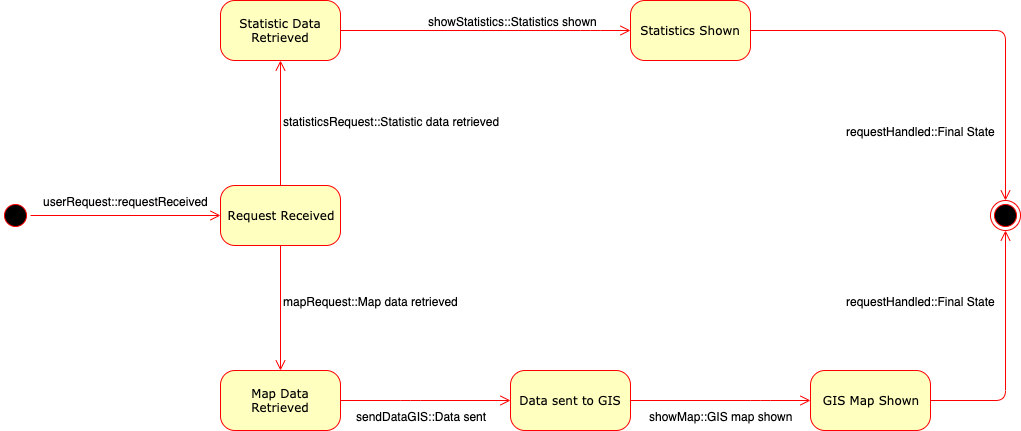
This is Releases/RASD/img/ShowStatistics.png from amecava/safestreets, a draw.io export, as it was before one commit. Source tidied: cells renumbered, new cells last; positions are measured from the earlier drawing's top-left corner, leaving out a move shared by most shapes.
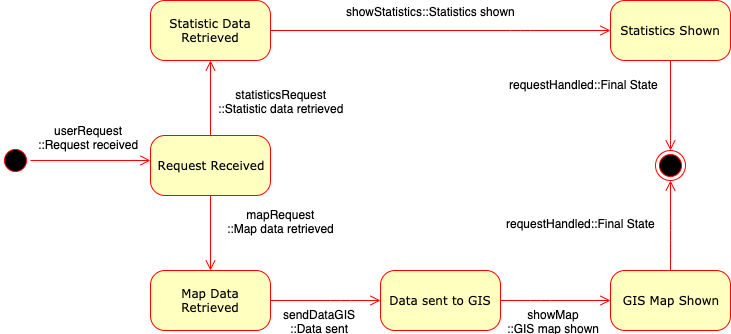
After the commit.

What changed in the source:
```diff
@@ -3,50 +3,50 @@
     <mxCell id="0" />
     <mxCell id="1" parent="0" />
     <mxCell id="2" style="ellipse;html=1;shape=startState;fillColor=#000000;strokeColor=#ff0000;rounded=1;shadow=0;comic=0;labelBackgroundColor=none;fontFamily=Verdana;fontSize=12;fontColor=#000000;align=center;direction=south;" parent="1" vertex="1">
-      <mxGeometry y="200" width="30" height="30" as="geometry" />
+      <mxGeometry x="70" y="145" width="30" height="30" as="geometry" />
     </mxCell>
     <mxCell id="3" value="Request Received" style="rounded=1;whiteSpace=wrap;html=1;arcSize=24;fillColor=#ffffc0;strokeColor=#ff0000;shadow=0;comic=0;labelBackgroundColor=none;fontFamily=Verdana;fontSize=12;fontColor=#000000;align=center;" parent="1" vertex="1">
-      <mxGeometry x="220" y="185" width="120" height="60" as="geometry" />
+      <mxGeometry x="220" y="135" width="120" height="60" as="geometry" />
     </mxCell>
     <mxCell id="4" style="edgeStyle=orthogonalEdgeStyle;html=1;labelBackgroundColor=none;endArrow=open;endSize=8;strokeColor=#ff0000;fontFamily=Verdana;fontSize=12;align=left;exitX=0.5;exitY=1;exitDx=0;exitDy=0;entryX=0.5;entryY=0;entryDx=0;entryDy=0;" parent="1" edge="1" source="3" target="6">
       <mxGeometry relative="1" as="geometry" />
     </mxCell>
-    <mxCell id="5" value="mapRequest::Map data retrieved" style="text;html=1;align=center;verticalAlign=middle;labelBackgroundColor=#ffffff;" parent="4" vertex="1">
+    <mxCell id="5" value="mapRequest&lt;br&gt;::Map data retrieved" style="text;html=1;align=center;verticalAlign=middle;labelBackgroundColor=#ffffff;" parent="4" vertex="1">
       <mxGeometry x="0.53" y="75" relative="1" as="geometry">
-        <mxPoint x="15" y="-41" as="offset" />
+        <mxPoint x="-5" y="-32" as="offset" />
       </mxGeometry>
     </mxCell>
     <mxCell id="6" value="Map Data Retrieved" style="rounded=1;whiteSpace=wrap;html=1;arcSize=24;fillColor=#ffffc0;strokeColor=#ff0000;shadow=0;comic=0;labelBackgroundColor=none;fontFamily=Verdana;fontSize=12;fontColor=#000000;align=center;" parent="1" vertex="1">
-      <mxGeometry x="220" y="370" width="120" height="60" as="geometry" />
+      <mxGeometry x="220" y="270" width="120" height="60" as="geometry" />
     </mxCell>
     <mxCell id="7" style="ellipse;html=1;shape=endState;fillColor=#000000;strokeColor=#ff0000;rounded=1;shadow=0;comic=0;labelBackgroundColor=none;fontFamily=Verdana;fontSize=12;fontColor=#000000;align=center;" parent="1" vertex="1">
-      <mxGeometry x="990" y="200" width="30" height="30" as="geometry" />
+      <mxGeometry x="725" y="150" width="30" height="30" as="geometry" />
     </mxCell>
     <mxCell id="8" style="edgeStyle=orthogonalEdgeStyle;html=1;exitX=0.5;exitY=0;labelBackgroundColor=none;endArrow=open;endSize=8;strokeColor=#ff0000;fontFamily=Verdana;fontSize=12;align=left;exitDx=0;exitDy=0;" parent="1" edge="1" source="2" target="3">
       <mxGeometry relative="1" as="geometry">
         <Array as="points">
-          <mxPoint x="230" y="215" />
+          <mxPoint x="230" y="160" />
         </Array>
       </mxGeometry>
     </mxCell>
-    <mxCell id="9" value="userRequest::requestReceived" style="text;html=1;align=center;verticalAlign=middle;labelBackgroundColor=#ffffff;" parent="8" vertex="1">
+    <mxCell id="9" value="userRequest&lt;br&gt;::Request received" style="text;html=1;align=center;verticalAlign=middle;labelBackgroundColor=#ffffff;" parent="8" vertex="1">
       <mxGeometry x="0.53" y="75" relative="1" as="geometry">
-        <mxPoint x="-50" y="60" as="offset" />
+        <mxPoint x="-35" y="51" as="offset" />
       </mxGeometry>
     </mxCell>
     <mxCell id="10" style="edgeStyle=orthogonalEdgeStyle;html=1;labelBackgroundColor=none;endArrow=open;endSize=8;strokeColor=#ff0000;fontFamily=Verdana;fontSize=12;align=left;entryX=0.5;entryY=1;entryDx=0;entryDy=0;exitX=0.5;exitY=0;exitDx=0;exitDy=0;" parent="1" edge="1" source="3" target="12">
       <mxGeometry relative="1" as="geometry" />
     </mxCell>
-    <mxCell id="11" value="statisticsRequest::Statistic data retrieved" style="text;html=1;align=center;verticalAlign=middle;labelBackgroundColor=#ffffff;" parent="10" vertex="1">
+    <mxCell id="11" value="statisticsRequest&lt;br&gt;::Statistic data retrieved" style="text;html=1;align=center;verticalAlign=middle;labelBackgroundColor=#ffffff;" parent="10" vertex="1">
       <mxGeometry x="0.53" y="75" relative="1" as="geometry">
-        <mxPoint x="185" y="31" as="offset" />
+        <mxPoint x="145" y="22" as="offset" />
       </mxGeometry>
     </mxCell>
     <mxCell id="12" value="Statistic Data Retrieved" style="rounded=1;whiteSpace=wrap;html=1;arcSize=24;fillColor=#ffffc0;strokeColor=#ff0000;shadow=0;comic=0;labelBackgroundColor=none;fontFamily=Verdana;fontSize=12;fontColor=#000000;align=center;" parent="1" vertex="1">
       <mxGeometry x="220" width="120" height="60" as="geometry" />
     </mxCell>
     <mxCell id="13" value="Statistics Shown" style="rounded=1;whiteSpace=wrap;html=1;arcSize=24;fillColor=#ffffc0;strokeColor=#ff0000;shadow=0;comic=0;labelBackgroundColor=none;fontFamily=Verdana;fontSize=12;fontColor=#000000;align=center;" parent="1" vertex="1">
-      <mxGeometry x="630" width="120" height="60" as="geometry" />
+      <mxGeometry x="680" width="120" height="60" as="geometry" />
     </mxCell>
     <mxCell id="14" style="edgeStyle=orthogonalEdgeStyle;html=1;labelBackgroundColor=none;endArrow=open;endSize=8;strokeColor=#ff0000;fontFamily=Verdana;fontSize=12;align=left;exitX=1;exitY=0.5;exitDx=0;exitDy=0;entryX=0;entryY=0.5;entryDx=0;entryDy=0;" parent="1" edge="1" source="12" target="13">
       <mxGeometry relative="1" as="geometry">
@@ -58,63 +58,65 @@
     </mxCell>
     <mxCell id="15" value="showStatistics::Statistics shown" style="text;html=1;align=center;verticalAlign=middle;labelBackgroundColor=#ffffff;" parent="14" vertex="1">
       <mxGeometry x="0.53" y="75" relative="1" as="geometry">
-        <mxPoint x="-50" y="65" as="offset" />
+        <mxPoint x="-100" y="55" as="offset" />
       </mxGeometry>
     </mxCell>
-    <mxCell id="16" style="edgeStyle=orthogonalEdgeStyle;html=1;labelBackgroundColor=none;endArrow=open;endSize=8;strokeColor=#ff0000;fontFamily=Verdana;fontSize=12;align=left;exitX=1;exitY=0.5;exitDx=0;exitDy=0;entryX=0.5;entryY=0;entryDx=0;entryDy=0;" parent="1" edge="1" source="13" target="7">
+    <mxCell id="16" style="edgeStyle=orthogonalEdgeStyle;html=1;labelBackgroundColor=none;endArrow=open;endSize=8;strokeColor=#ff0000;fontFamily=Verdana;fontSize=12;align=left;exitX=0.5;exitY=1;exitDx=0;exitDy=0;entryX=0.5;entryY=0;entryDx=0;entryDy=0;" parent="1" edge="1" source="13" target="7">
       <mxGeometry relative="1" as="geometry">
         <Array as="points">
-          <mxPoint x="1005" y="30" />
+          <mxPoint x="740" y="140" />
+          <mxPoint x="740" y="140" />
         </Array>
       </mxGeometry>
     </mxCell>
     <mxCell id="17" value="requestHandled::Final State" style="text;html=1;align=center;verticalAlign=middle;labelBackgroundColor=#ffffff;" parent="16" vertex="1">
       <mxGeometry x="0.53" y="75" relative="1" as="geometry">
-        <mxPoint x="-160" y="200" as="offset" />
+        <mxPoint x="-165" y="93" as="offset" />
       </mxGeometry>
     </mxCell>
     <mxCell id="18" value="Data sent to GIS" style="rounded=1;whiteSpace=wrap;html=1;arcSize=24;fillColor=#ffffc0;strokeColor=#ff0000;shadow=0;comic=0;labelBackgroundColor=none;fontFamily=Verdana;fontSize=12;fontColor=#000000;align=center;" parent="1" vertex="1">
-      <mxGeometry x="510" y="370" width="120" height="60" as="geometry" />
+      <mxGeometry x="450" y="270" width="120" height="60" as="geometry" />
     </mxCell>
     <mxCell id="19" style="edgeStyle=orthogonalEdgeStyle;html=1;labelBackgroundColor=none;endArrow=open;endSize=8;strokeColor=#ff0000;fontFamily=Verdana;fontSize=12;align=left;exitX=1;exitY=0.5;exitDx=0;exitDy=0;entryX=0;entryY=0.5;entryDx=0;entryDy=0;" parent="1" edge="1" source="6" target="18">
       <mxGeometry relative="1" as="geometry">
         <Array as="points">
-          <mxPoint x="410" y="400" />
-          <mxPoint x="410" y="400" />
+          <mxPoint x="410" y="300" />
+          <mxPoint x="410" y="300" />
         </Array>
       </mxGeometry>
     </mxCell>
-    <mxCell id="20" value="sendDataGIS::Data sent" style="text;html=1;align=center;verticalAlign=middle;labelBackgroundColor=#ffffff;" parent="19" vertex="1">
+    <mxCell id="20" value="sendDataGIS&lt;br&gt;::Data sent" style="text;html=1;align=center;verticalAlign=middle;labelBackgroundColor=#ffffff;" parent="19" vertex="1">
       <mxGeometry x="0.53" y="75" relative="1" as="geometry">
-        <mxPoint x="-50" y="90" as="offset" />
+        <mxPoint x="-36" y="95" as="offset" />
       </mxGeometry>
     </mxCell>
     <mxCell id="21" value="GIS Map Shown" style="rounded=1;whiteSpace=wrap;html=1;arcSize=24;fillColor=#ffffc0;strokeColor=#ff0000;shadow=0;comic=0;labelBackgroundColor=none;fontFamily=Verdana;fontSize=12;fontColor=#000000;align=center;" parent="1" vertex="1">
-      <mxGeometry x="810" y="370" width="120" height="60" as="geometry" />
+      <mxGeometry x="680" y="270" width="120" height="60" as="geometry" />
     </mxCell>
-    <mxCell id="22" style="edgeStyle=orthogonalEdgeStyle;html=1;labelBackgroundColor=none;endArrow=open;endSize=8;strokeColor=#ff0000;fontFamily=Verdana;fontSize=12;align=left;entryX=0;entryY=0.5;entryDx=0;entryDy=0;exitX=1;exitY=0.5;exitDx=0;exitDy=0;" parent="1" edge="1" source="18" target="21">
+    <mxCell id="22" style="edgeStyle=orthogonalEdgeStyle;html=1;labelBackgroundColor=none;endArrow=open;endSize=8;strokeColor=#ff0000;fontFamily=Verdana;fontSize=12;align=left;exitX=1;exitY=0.5;exitDx=0;exitDy=0;entryX=0;entryY=0.5;entryDx=0;entryDy=0;" parent="1" edge="1" source="18" target="21">
       <mxGeometry relative="1" as="geometry">
         <Array as="points">
-          <mxPoint x="760" y="400" />
-          <mxPoint x="760" y="400" />
+          <mxPoint x="610" y="300" />
+          <mxPoint x="610" y="300" />
         </Array>
       </mxGeometry>
     </mxCell>
-    <mxCell id="23" value="showMap::GIS map shown" style="text;html=1;align=center;verticalAlign=middle;labelBackgroundColor=#ffffff;" parent="22" vertex="1">
+    <mxCell id="23" value="showMap&lt;br&gt;::GIS map shown" style="text;html=1;align=center;verticalAlign=middle;labelBackgroundColor=#ffffff;" parent="22" vertex="1">
       <mxGeometry x="0.53" y="75" relative="1" as="geometry">
-        <mxPoint x="-48" y="90" as="offset" />
+        <mxPoint x="-32" y="95" as="offset" />
       </mxGeometry>
     </mxCell>
-    <mxCell id="24" style="edgeStyle=orthogonalEdgeStyle;html=1;labelBackgroundColor=none;endArrow=open;endSize=8;strokeColor=#ff0000;fontFamily=Verdana;fontSize=12;align=left;exitX=1;exitY=0.5;exitDx=0;exitDy=0;entryX=0.5;entryY=1;entryDx=0;entryDy=0;" parent="1" edge="1" source="21" target="7">
+    <mxCell id="24" style="edgeStyle=orthogonalEdgeStyle;html=1;labelBackgroundColor=none;endArrow=open;endSize=8;strokeColor=#ff0000;fontFamily=Verdana;fontSize=12;align=left;exitX=0.5;exitY=0;exitDx=0;exitDy=0;entryX=0.5;entryY=1;entryDx=0;entryDy=0;" parent="1" edge="1" source="21" target="7">
       <mxGeometry relative="1" as="geometry">
         <Array as="points">
-          <mxPoint x="1005" y="400" />
+          <mxPoint x="740" y="230" />
+          <mxPoint x="740" y="230" />
         </Array>
       </mxGeometry>
     </mxCell>
     <mxCell id="25" value="requestHandled::Final State" style="text;html=1;align=center;verticalAlign=middle;labelBackgroundColor=#ffffff;" parent="24" vertex="1">
       <mxGeometry x="0.53" y="75" relative="1" as="geometry">
-        <mxPoint x="-10" y="-158" as="offset" />
+        <mxPoint x="-12" y="-118" as="offset" />
       </mxGeometry>
     </mxCell>
   </root>
```
